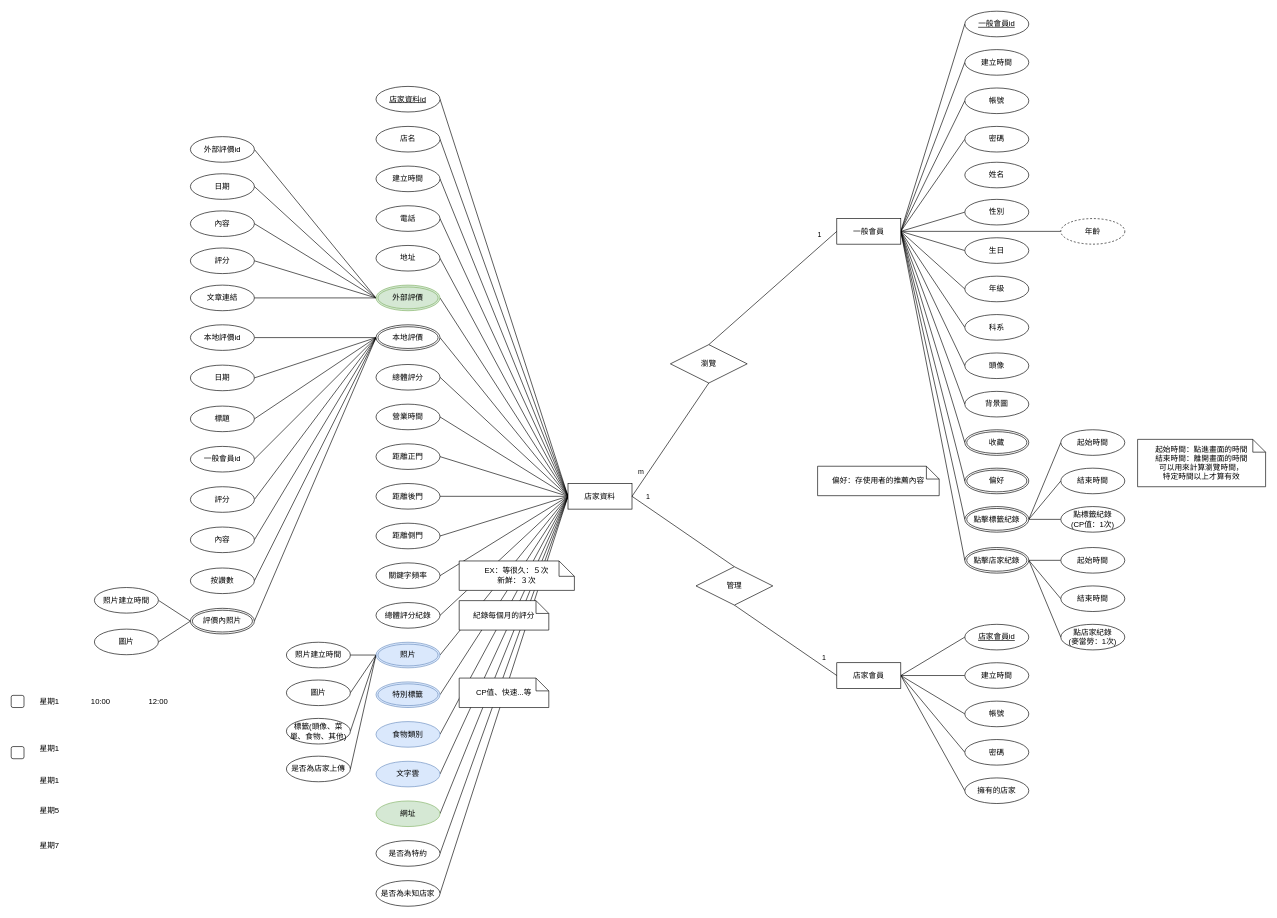
This is 檔案繳交/資料庫/ERM/10846043_ERM.drawio from project-hungry-don-t-care-food/111402, a draw.io file, before an edit. Source tidied: cells renumbered, new cells numbered last; positions are measured from the earlier drawing's top-left corner, leaving out a move shared by most shapes. Both pictures are drawn from the tidied source at 64%, with x=0, y=0 at pixel (11, 11).
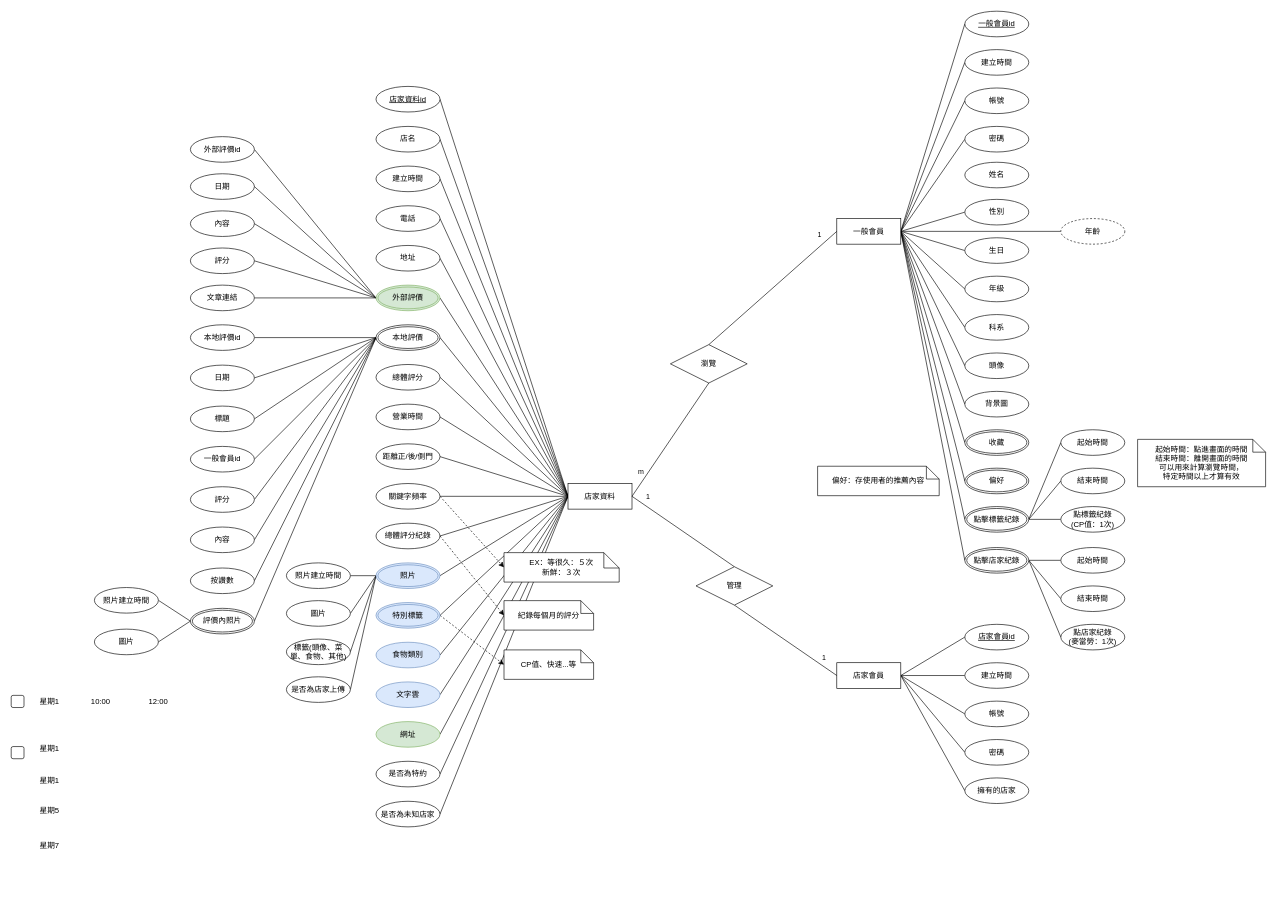
The same diagram, later.

Unchanged cells that the change refers to:
```xml
<mxCell id="21" value="店家資料" style="whiteSpace=wrap;html=1;align=center;" parent="1" vertex="1">
  <mxGeometry x="870" y="738" width="100" height="40" as="geometry" />
</mxCell>
```

Change to the diagram source:
```diff
@@
-    <mxCell id="18" style="edgeStyle=none;rounded=0;jettySize=auto;html=1;exitX=0;exitY=0.5;exitDx=0;exitDy=0;entryX=1;entryY=0.5;entryDx=0;entryDy=0;endArrow=none;endFill=0;" parent="1" edge="1" source="21" target="114">
-      <mxGeometry relative="1" as="geometry" />
-    </mxCell>
-    <mxCell id="19" style="edgeStyle=none;rounded=0;jettySize=auto;html=1;exitX=0;exitY=0.5;exitDx=0;exitDy=0;entryX=1;entryY=0.5;entryDx=0;entryDy=0;endArrow=none;endFill=0;" parent="1" edge="1" source="21" target="115">
-      <mxGeometry relative="1" as="geometry" />
-    </mxCell>
@@
     <mxCell id="27" value="是否為特約" style="ellipse;whiteSpace=wrap;html=1;align=center;" parent="1" vertex="1">
-      <mxGeometry x="570" y="1296" width="100" height="40" as="geometry" />
+      <mxGeometry x="570" y="1172" width="100" height="40" as="geometry" />
     </mxCell>
     <mxCell id="28" value="網址" style="ellipse;whiteSpace=wrap;html=1;align=center;fillColor=#d5e8d4;strokeColor=#82b366;" parent="1" vertex="1">
-      <mxGeometry x="570" y="1234" width="100" height="40" as="geometry" />
+      <mxGeometry x="570" y="1110" width="100" height="40" as="geometry" />
     </mxCell>
     <mxCell id="29" value="文字雲" style="ellipse;whiteSpace=wrap;html=1;align=center;fillColor=#dae8fc;strokeColor=#6c8ebf;" parent="1" vertex="1">
-      <mxGeometry x="570" y="1172" width="100" height="40" as="geometry" />
+      <mxGeometry x="570" y="1048" width="100" height="40" as="geometry" />
     </mxCell>
     <mxCell id="30" value="食物類別" style="ellipse;whiteSpace=wrap;html=1;align=center;fillColor=#dae8fc;strokeColor=#6c8ebf;" parent="1" vertex="1">
-      <mxGeometry x="570" y="1110" width="100" height="40" as="geometry" />
+      <mxGeometry x="570" y="986" width="100" height="40" as="geometry" />
     </mxCell>
@@
     <mxCell id="35" value="照片" style="ellipse;shape=doubleEllipse;margin=3;whiteSpace=wrap;html=1;align=center;fontFamily=Helvetica;fontSize=12;fillColor=#dae8fc;strokeColor=#6c8ebf;" parent="1" vertex="1">
-      <mxGeometry x="570" y="986" width="100" height="40" as="geometry" />
+      <mxGeometry x="570" y="862" width="100" height="40" as="geometry" />
     </mxCell>
@@
     <mxCell id="81" value="圖片" style="ellipse;whiteSpace=wrap;html=1;align=center;" parent="1" vertex="1">
-      <mxGeometry x="430" y="1045" width="100" height="40" as="geometry" />
+      <mxGeometry x="430" y="921" width="100" height="40" as="geometry" />
     </mxCell>
     <mxCell id="82" value="標籤(頭像、菜單、食物、其他)" style="ellipse;whiteSpace=wrap;html=1;align=center;" parent="1" vertex="1">
-      <mxGeometry x="430" y="1105" width="100" height="40" as="geometry" />
+      <mxGeometry x="430" y="981" width="100" height="40" as="geometry" />
     </mxCell>
+    <mxCell id="158" style="edgeStyle=none;rounded=0;jettySize=auto;html=1;exitX=1;exitY=0.5;exitDx=0;exitDy=0;entryX=0;entryY=0.5;entryDx=0;entryDy=0;entryPerimeter=0;dashed=1;" parent="1" edge="1" source="83" target="140">
+      <mxGeometry relative="1" as="geometry" />
+    </mxCell>
     <mxCell id="83" value="特別標籤" style="ellipse;shape=doubleEllipse;margin=3;whiteSpace=wrap;html=1;align=center;fillColor=#dae8fc;strokeColor=#6c8ebf;" parent="1" vertex="1">
-      <mxGeometry x="570" y="1048" width="100" height="40" as="geometry" />
+      <mxGeometry x="570" y="924" width="100" height="40" as="geometry" />
     </mxCell>
@@
     <mxCell id="87" value="照片建立時間" style="ellipse;whiteSpace=wrap;html=1;align=center;" parent="1" vertex="1">
-      <mxGeometry x="430" y="986" width="100" height="40" as="geometry" />
+      <mxGeometry x="430" y="862" width="100" height="40" as="geometry" />
     </mxCell>
@@
-    <mxCell id="114" value="距離後門" style="ellipse;whiteSpace=wrap;html=1;align=center;" parent="1" vertex="1">
-      <mxGeometry x="570" y="738" width="100" height="40" as="geometry" />
-    </mxCell>
-    <mxCell id="115" value="距離側門" style="ellipse;whiteSpace=wrap;html=1;align=center;" parent="1" vertex="1">
-      <mxGeometry x="570" y="800" width="100" height="40" as="geometry" />
-    </mxCell>
-    <mxCell id="116" value="距離正門" style="ellipse;whiteSpace=wrap;html=1;align=center;" parent="1" vertex="1">
+    <mxCell id="116" value="&lt;span style=&quot;text-align: left;&quot;&gt;距離正/後/側門&lt;/span&gt;" style="ellipse;whiteSpace=wrap;html=1;align=center;" parent="1" vertex="1">
       <mxGeometry x="570" y="676" width="100" height="40" as="geometry" />
     </mxCell>
@@
     <mxCell id="128" value="是否為未知店家" style="ellipse;whiteSpace=wrap;html=1;align=center;" parent="1" vertex="1">
-      <mxGeometry x="570" y="1358.5" width="100" height="40" as="geometry" />
+      <mxGeometry x="570" y="1234.5" width="100" height="40" as="geometry" />
     </mxCell>
@@
     <mxCell id="135" value="是否為店家上傳" style="ellipse;whiteSpace=wrap;html=1;align=center;" parent="1" vertex="1">
-      <mxGeometry x="430" y="1164" width="100" height="40" as="geometry" />
+      <mxGeometry x="430" y="1040" width="100" height="40" as="geometry" />
     </mxCell>
@@
     <mxCell id="140" value="CP值、快速...等" style="shape=note;size=20;whiteSpace=wrap;html=1;" parent="1" vertex="1">
-      <mxGeometry x="700" y="1042" width="140" height="46" as="geometry" />
+      <mxGeometry x="770" y="998" width="140" height="46" as="geometry" />
     </mxCell>
@@
+    <mxCell id="159" style="rounded=0;jettySize=auto;html=1;exitX=1;exitY=0.5;exitDx=0;exitDy=0;entryX=0;entryY=0.5;entryDx=0;entryDy=0;entryPerimeter=0;dashed=1;" parent="1" edge="1" source="142" target="146">
+      <mxGeometry relative="1" as="geometry" />
+    </mxCell>
     <mxCell id="142" value="關鍵字頻率" style="ellipse;whiteSpace=wrap;html=1;align=center;fontFamily=Helvetica;fontSize=12;fontColor=default;strokeColor=default;fillColor=default;" parent="1" vertex="1">
-      <mxGeometry x="570" y="862" width="100" height="40" as="geometry" />
+      <mxGeometry x="570" y="738" width="100" height="40" as="geometry" />
     </mxCell>
@@
+    <mxCell id="160" style="edgeStyle=none;rounded=0;jettySize=auto;html=1;exitX=1;exitY=0.5;exitDx=0;exitDy=0;entryX=0;entryY=0.5;entryDx=0;entryDy=0;entryPerimeter=0;dashed=1;" parent="1" edge="1" source="144" target="145">
+      <mxGeometry relative="1" as="geometry" />
+    </mxCell>
     <mxCell id="144" value="總體評分紀錄" style="ellipse;whiteSpace=wrap;html=1;align=center;fontFamily=Helvetica;fontSize=12;fontColor=default;strokeColor=default;fillColor=default;" parent="1" vertex="1">
-      <mxGeometry x="570" y="924" width="100" height="40" as="geometry" />
+      <mxGeometry x="570" y="800" width="100" height="40" as="geometry" />
     </mxCell>
     <mxCell id="145" value="紀錄每個月的評分" style="shape=note;size=20;whiteSpace=wrap;html=1;" parent="1" vertex="1">
-      <mxGeometry x="700" y="921" width="140" height="46" as="geometry" />
+      <mxGeometry x="770" y="921" width="140" height="46" as="geometry" />
     </mxCell>
     <mxCell id="146" value="EX：等很久：５次&lt;br&gt;新鮮：３次" style="shape=note;size=24;whiteSpace=wrap;html=1;align=center;" parent="1" vertex="1">
-      <mxGeometry x="700" y="859" width="180" height="46" as="geometry" />
+      <mxGeometry x="770" y="846" width="180" height="46" as="geometry" />
     </mxCell>
```
